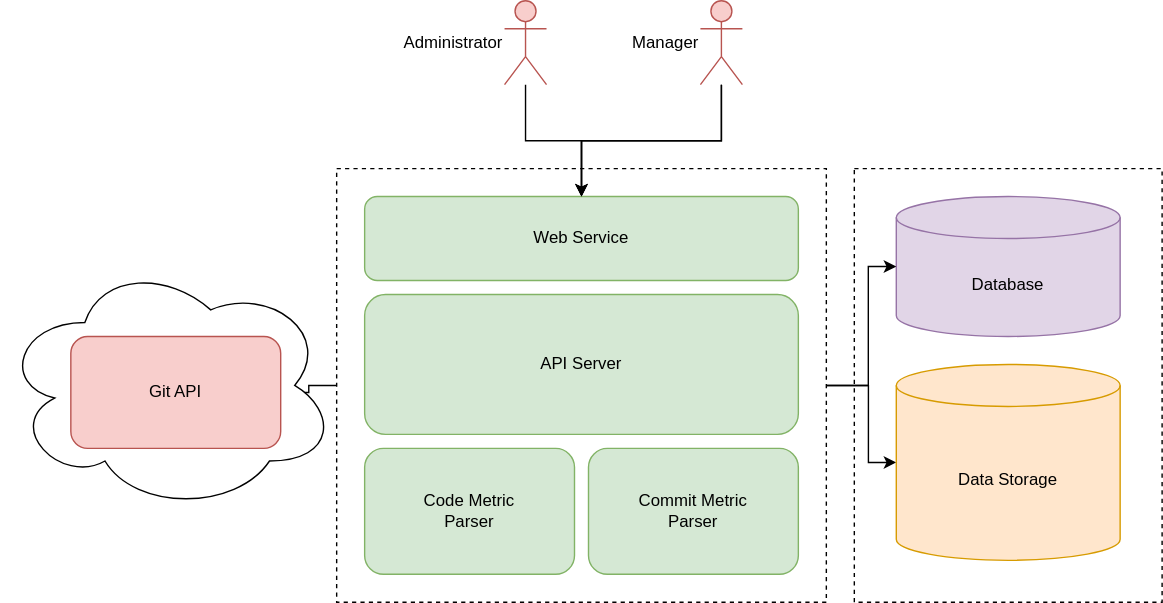
NikRam822/TatMobileAnalyzer keeps this draw.io diagram as documents/media/component.svg. Above is the earlier version. Source tidied: cells renumbered, new cells last; positions are measured from the earlier drawing's top-left corner, leaving out a move shared by most shapes.
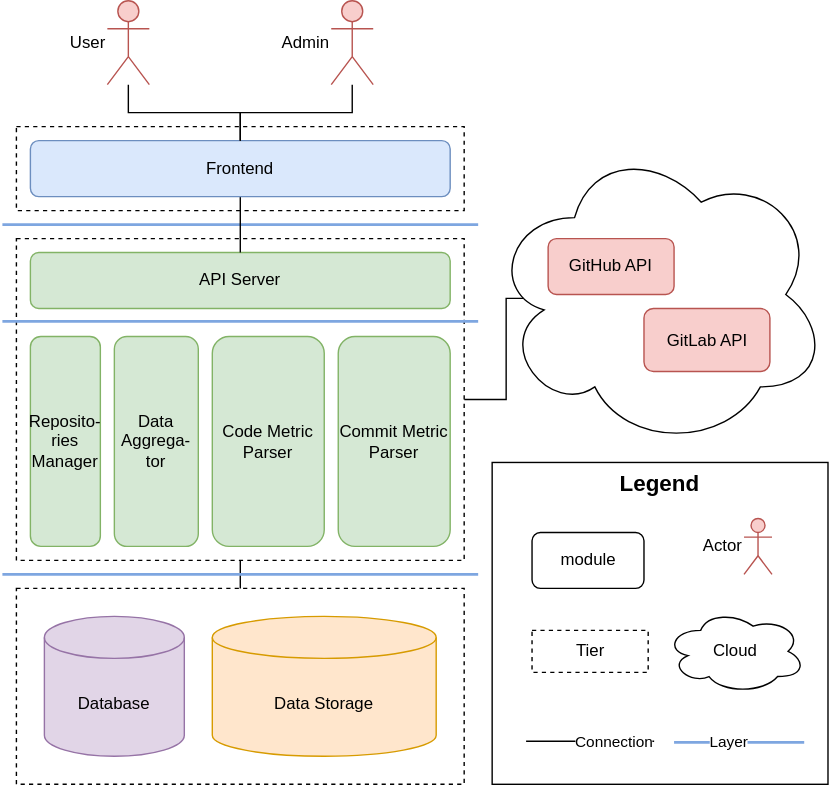
After the change.

Diff of the diagram source:
```diff
@@ -2,69 +2,125 @@
   <root>
     <mxCell id="0" />
     <mxCell id="1" parent="0" />
-    <mxCell id="2" style="rounded=0;whiteSpace=wrap;html=1;dashed=1;" parent="1" vertex="1">
-      <mxGeometry x="610" y="120" width="220" height="310" as="geometry" />
-    </mxCell>
-    <mxCell id="3" style="edgeStyle=orthogonalEdgeStyle;rounded=0;jettySize=auto;html=1;" parent="1" edge="1" source="5" target="16">
-      <mxGeometry relative="1" as="geometry">
-        <Array as="points">
-          <mxPoint x="620" y="275" />
-          <mxPoint x="620" y="330" />
-        </Array>
-      </mxGeometry>
-    </mxCell>
-    <mxCell id="4" style="edgeStyle=orthogonalEdgeStyle;rounded=0;jettySize=auto;html=1;" parent="1" edge="1" source="5" target="19">
-      <mxGeometry relative="1" as="geometry" />
-    </mxCell>
-    <mxCell id="5" style="rounded=0;whiteSpace=wrap;html=1;dashed=1;" parent="1" vertex="1">
-      <mxGeometry x="240" y="120" width="350" height="310" as="geometry" />
-    </mxCell>
-    <mxCell id="6" value="Web Service" style="rounded=1;whiteSpace=wrap;html=1;fillColor=#d5e8d4;strokeColor=#82b366;" parent="1" vertex="1">
-      <mxGeometry x="260" y="140" width="310" height="60" as="geometry" />
-    </mxCell>
-    <mxCell id="7" value="API Server" style="rounded=1;whiteSpace=wrap;html=1;fillColor=#d5e8d4;strokeColor=#82b366;" parent="1" vertex="1">
-      <mxGeometry x="260" y="210" width="310" height="100" as="geometry" />
-    </mxCell>
+    <mxCell id="20" style="rounded=0;whiteSpace=wrap;html=1;" parent="1" vertex="1">
+      <mxGeometry x="1570" y="520" width="240" height="230" as="geometry" />
+    </mxCell>
+    <mxCell id="21" value="&lt;font style=&quot;font-size: 16px;&quot;&gt;&lt;b&gt;Legend&lt;/b&gt;&lt;/font&gt;" style="text;html=1;align=center;verticalAlign=middle;whiteSpace=wrap;rounded=0;" parent="1" vertex="1">
+      <mxGeometry x="1570" y="520" width="240" height="30" as="geometry" />
+    </mxCell>
+    <mxCell id="22" value="module" style="rounded=1;whiteSpace=wrap;html=1;" parent="1" vertex="1">
+      <mxGeometry x="1598.5" y="570" width="80" height="40" as="geometry" />
+    </mxCell>
+    <mxCell id="23" value="Cloud" style="ellipse;shape=cloud;whiteSpace=wrap;html=1;" parent="1" vertex="1">
+      <mxGeometry x="1694" y="625" width="100" height="60" as="geometry" />
+    </mxCell>
+    <mxCell id="24" style="endArrow=none;html=1;strokeWidth=2;rounded=0;strokeColor=#7EA6E0;" parent="1" edge="1">
+      <mxGeometry relative="1" as="geometry">
+        <mxPoint x="1700" y="720" as="sourcePoint" />
+        <mxPoint x="1793" y="720" as="targetPoint" />
+      </mxGeometry>
+    </mxCell>
+    <mxCell id="25" value="&lt;div&gt;&lt;br&gt;&lt;/div&gt;" style="edgeLabel;html=1;align=center;verticalAlign=middle;" parent="24" vertex="1">
+      <mxGeometry x="0.18" y="4" relative="1" as="geometry" />
+    </mxCell>
+    <mxCell id="26" value="Layer" style="edgeLabel;html=1;align=center;verticalAlign=middle;" parent="24" vertex="1">
+      <mxGeometry x="-0.15" y="1" relative="1" as="geometry" />
+    </mxCell>
+    <mxCell id="27" value="Tier" style="rounded=0;whiteSpace=wrap;html=1;dashed=1;" parent="1" vertex="1">
+      <mxGeometry x="1598.5" y="640" width="83" height="30" as="geometry" />
+    </mxCell>
+    <mxCell id="28" style="endArrow=none;html=1;rounded=0;" parent="1" edge="1">
+      <mxGeometry relative="1" as="geometry">
+        <mxPoint x="1594.2" y="719.2" as="sourcePoint" />
+        <mxPoint x="1685.8" y="719.2" as="targetPoint" />
+      </mxGeometry>
+    </mxCell>
+    <mxCell id="29" value="Connection" style="edgeLabel;html=1;align=center;verticalAlign=middle;" parent="28" vertex="1">
+      <mxGeometry x="0.36" relative="1" as="geometry" />
+    </mxCell>
+    <mxCell id="30" style="rounded=0;whiteSpace=wrap;html=1;dashed=1;" parent="1" vertex="1">
+      <mxGeometry x="1230" y="610" width="320" height="140" as="geometry" />
+    </mxCell>
+    <mxCell id="31" style="edgeStyle=orthogonalEdgeStyle;rounded=0;jettySize=auto;html=1;entryX=0.883;entryY=1.067;entryDx=0;entryDy=0;entryPerimeter=0;" parent="1" edge="1" source="33" target="47">
+      <mxGeometry relative="1" as="geometry" />
+    </mxCell>
+    <mxCell id="32" style="edgeStyle=orthogonalEdgeStyle;rounded=0;jettySize=auto;html=1;entryX=0.5;entryY=0;entryDx=0;entryDy=0;endArrow=none;endFill=0;" parent="1" edge="1" source="33" target="30">
+      <mxGeometry relative="1" as="geometry" />
+    </mxCell>
+    <mxCell id="33" style="rounded=0;whiteSpace=wrap;html=1;dashed=1;" parent="1" vertex="1">
+      <mxGeometry x="1230" y="360" width="320" height="230" as="geometry" />
+    </mxCell>
     <mxCell id="8" value="Commit Metric&lt;br&gt;Parser" style="rounded=1;whiteSpace=wrap;html=1;fillColor=#d5e8d4;strokeColor=#82b366;" parent="1" vertex="1">
-      <mxGeometry x="420" y="320" width="150" height="90" as="geometry" />
+      <mxGeometry x="1460" y="430" width="80" height="150" as="geometry" />
     </mxCell>
     <mxCell id="9" value="Code Metric&lt;br&gt;Parser" style="rounded=1;whiteSpace=wrap;html=1;fillColor=#d5e8d4;strokeColor=#82b366;" parent="1" vertex="1">
-      <mxGeometry x="260" y="320" width="150" height="90" as="geometry" />
+      <mxGeometry x="1370" y="430" width="80" height="150" as="geometry" />
     </mxCell>
-    <mxCell id="10" style="edgeStyle=orthogonalEdgeStyle;rounded=0;jettySize=auto;html=1;" parent="1" edge="1" source="11" target="6">
-      <mxGeometry relative="1" as="geometry" />
-    </mxCell>
-    <mxCell id="11" value="Administrator" style="shape=umlActor;verticalLabelPosition=middle;verticalAlign=middle;html=1;outlineConnect=0;labelPosition=left;align=right;fillColor=#f8cecc;strokeColor=#b85450;" parent="1" vertex="1">
-      <mxGeometry x="360" width="30" height="60" as="geometry" />
-    </mxCell>
-    <mxCell id="12" style="edgeStyle=orthogonalEdgeStyle;rounded=0;jettySize=auto;html=1;" parent="1" edge="1" source="14" target="6">
-      <mxGeometry relative="1" as="geometry" />
-    </mxCell>
-    <mxCell id="13" style="edgeStyle=orthogonalEdgeStyle;rounded=0;jettySize=auto;html=1;" parent="1" edge="1" source="14" target="6">
-      <mxGeometry relative="1" as="geometry" />
-    </mxCell>
-    <mxCell id="14" value="Manager" style="shape=umlActor;verticalLabelPosition=middle;verticalAlign=middle;html=1;outlineConnect=0;labelPosition=left;align=right;fillColor=#f8cecc;strokeColor=#b85450;" parent="1" vertex="1">
-      <mxGeometry x="500" width="30" height="60" as="geometry" />
-    </mxCell>
     <mxCell id="15" value="Database" style="shape=cylinder3;whiteSpace=wrap;html=1;boundedLbl=1;backgroundOutline=1;size=15;fillColor=#e1d5e7;strokeColor=#9673a6;" parent="1" vertex="1">
-      <mxGeometry x="640" y="140" width="160" height="100" as="geometry" />
+      <mxGeometry x="1250" y="630" width="100" height="100" as="geometry" />
     </mxCell>
     <mxCell id="16" value="Data Storage" style="shape=cylinder3;whiteSpace=wrap;html=1;boundedLbl=1;backgroundOutline=1;size=15;fillColor=#ffe6cc;strokeColor=#d79b00;" parent="1" vertex="1">
-      <mxGeometry x="640" y="260" width="160" height="140" as="geometry" />
+      <mxGeometry x="1370" y="630" width="160" height="100" as="geometry" />
     </mxCell>
-    <mxCell id="17" style="endArrow=classic;html=1;rounded=0;entryX=0;entryY=0.5;entryDx=0;entryDy=0;entryPerimeter=0;exitX=1;exitY=0.5;exitDx=0;exitDy=0;" parent="1" edge="1" source="5" target="15">
-      <mxGeometry relative="1" as="geometry">
-        <Array as="points">
-          <mxPoint x="620" y="275" />
-          <mxPoint x="620" y="190" />
-        </Array>
-      </mxGeometry>
-    </mxCell>
-    <mxCell id="18" style="ellipse;shape=cloud;whiteSpace=wrap;html=1;" parent="1" vertex="1">
-      <mxGeometry y="185" width="240" height="180" as="geometry" />
-    </mxCell>
-    <mxCell id="19" value="Git API" style="rounded=1;whiteSpace=wrap;html=1;fillColor=#f8cecc;strokeColor=#b85450;" parent="1" vertex="1">
-      <mxGeometry x="50" y="240" width="150" height="80" as="geometry" />
-    </mxCell>
+    <mxCell id="34" value="Reposito-ries Manager" style="rounded=1;whiteSpace=wrap;html=1;fillColor=#d5e8d4;strokeColor=#82b366;" parent="1" vertex="1">
+      <mxGeometry x="1240" y="430" width="50" height="150" as="geometry" />
+    </mxCell>
+    <mxCell id="35" value="Data Aggrega-tor" style="rounded=1;whiteSpace=wrap;html=1;fillColor=#d5e8d4;strokeColor=#82b366;" parent="1" vertex="1">
+      <mxGeometry x="1300" y="430" width="60" height="150" as="geometry" />
+    </mxCell>
+    <mxCell id="36" style="endArrow=none;html=1;strokeWidth=2;rounded=0;strokeColor=#7EA6E0;" parent="1" edge="1">
+      <mxGeometry relative="1" as="geometry">
+        <mxPoint x="1220" y="600" as="sourcePoint" />
+        <mxPoint x="1560" y="600" as="targetPoint" />
+      </mxGeometry>
+    </mxCell>
+    <mxCell id="37" style="endArrow=none;html=1;strokeWidth=2;rounded=0;strokeColor=#7EA6E0;" parent="1" edge="1">
+      <mxGeometry relative="1" as="geometry">
+        <mxPoint x="1220" y="419.1" as="sourcePoint" />
+        <mxPoint x="1560" y="419.1" as="targetPoint" />
+      </mxGeometry>
+    </mxCell>
+    <mxCell id="7" value="API Server" style="rounded=1;whiteSpace=wrap;html=1;fillColor=#d5e8d4;strokeColor=#82b366;" parent="1" vertex="1">
+      <mxGeometry x="1240" y="370" width="300" height="40" as="geometry" />
+    </mxCell>
+    <mxCell id="38" style="endArrow=none;html=1;strokeWidth=2;rounded=0;strokeColor=#7EA6E0;" parent="1" edge="1">
+      <mxGeometry relative="1" as="geometry">
+        <mxPoint x="1220" y="350" as="sourcePoint" />
+        <mxPoint x="1560" y="350" as="targetPoint" />
+      </mxGeometry>
+    </mxCell>
+    <mxCell id="39" style="rounded=0;whiteSpace=wrap;html=1;dashed=1;" parent="1" vertex="1">
+      <mxGeometry x="1230" y="280" width="320" height="60" as="geometry" />
+    </mxCell>
+    <mxCell id="40" style="edgeStyle=orthogonalEdgeStyle;rounded=0;jettySize=auto;html=1;endArrow=none;endFill=0;" parent="1" edge="1" source="41" target="7">
+      <mxGeometry relative="1" as="geometry" />
+    </mxCell>
+    <mxCell id="41" value="Frontend" style="rounded=1;whiteSpace=wrap;html=1;fillColor=#dae8fc;strokeColor=#6c8ebf;" parent="1" vertex="1">
+      <mxGeometry x="1240" y="290" width="300" height="40" as="geometry" />
+    </mxCell>
+    <mxCell id="42" style="edgeStyle=orthogonalEdgeStyle;rounded=0;jettySize=auto;html=1;endArrow=none;endFill=0;" parent="1" edge="1" source="43" target="41">
+      <mxGeometry relative="1" as="geometry" />
+    </mxCell>
+    <mxCell id="43" value="Admin" style="shape=umlActor;verticalLabelPosition=middle;verticalAlign=middle;html=1;outlineConnect=0;labelPosition=left;align=right;fillColor=#f8cecc;strokeColor=#b85450;" parent="1" vertex="1">
+      <mxGeometry x="1455" y="190" width="30" height="60" as="geometry" />
+    </mxCell>
+    <mxCell id="44" style="edgeStyle=orthogonalEdgeStyle;rounded=0;jettySize=auto;html=1;endArrow=none;endFill=0;" parent="1" edge="1" source="45" target="41">
+      <mxGeometry relative="1" as="geometry" />
+    </mxCell>
+    <mxCell id="45" value="User" style="shape=umlActor;verticalLabelPosition=middle;verticalAlign=middle;html=1;outlineConnect=0;labelPosition=left;align=right;fillColor=#f8cecc;strokeColor=#b85450;" parent="1" vertex="1">
+      <mxGeometry x="1295" y="190" width="30" height="60" as="geometry" />
+    </mxCell>
+    <mxCell id="46" style="ellipse;shape=cloud;whiteSpace=wrap;html=1;" parent="1" vertex="1">
+      <mxGeometry x="1568.5" y="290" width="241.5" height="220" as="geometry" />
+    </mxCell>
+    <mxCell id="47" value="GitHub API" style="rounded=1;whiteSpace=wrap;html=1;fillColor=#f8cecc;strokeColor=#b85450;" parent="1" vertex="1">
+      <mxGeometry x="1610" y="360" width="90" height="40" as="geometry" />
+    </mxCell>
+    <mxCell id="48" value="GitLab API" style="rounded=1;whiteSpace=wrap;html=1;fillColor=#f8cecc;strokeColor=#b85450;" parent="1" vertex="1">
+      <mxGeometry x="1678.5" y="410" width="90" height="45" as="geometry" />
+    </mxCell>
+    <mxCell id="49" value="Actor" style="shape=umlActor;verticalLabelPosition=middle;verticalAlign=middle;html=1;labelPosition=left;align=right;fillColor=#f8cecc;strokeColor=#b85450;" parent="1" vertex="1">
+      <mxGeometry x="1750" y="560" width="20" height="40" as="geometry" />
+    </mxCell>
   </root>
 </mxGraphModel>
```
